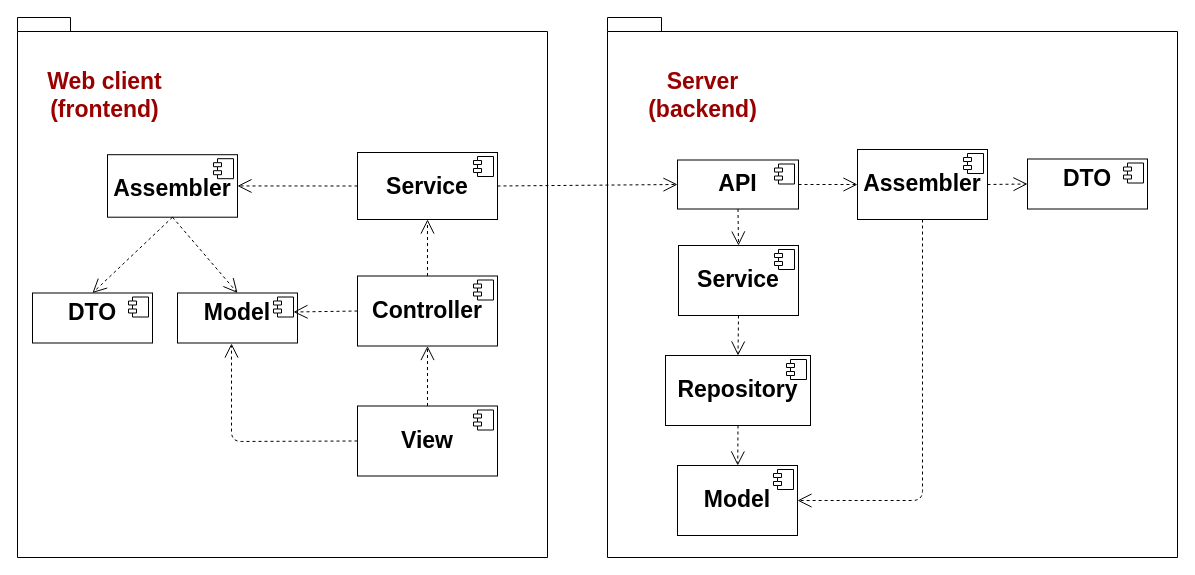
The draw.io diagram szervezor_architecture.drawio in tbkincso/SoftEng, before the edit. Source tidied: cells renumbered, new cells numbered last; positions are measured from the earlier drawing's top-left corner, leaving out a move shared by most shapes. Both pictures are drawn from the tidied source at 100%, with x=0, y=0 at pixel (17, 17).
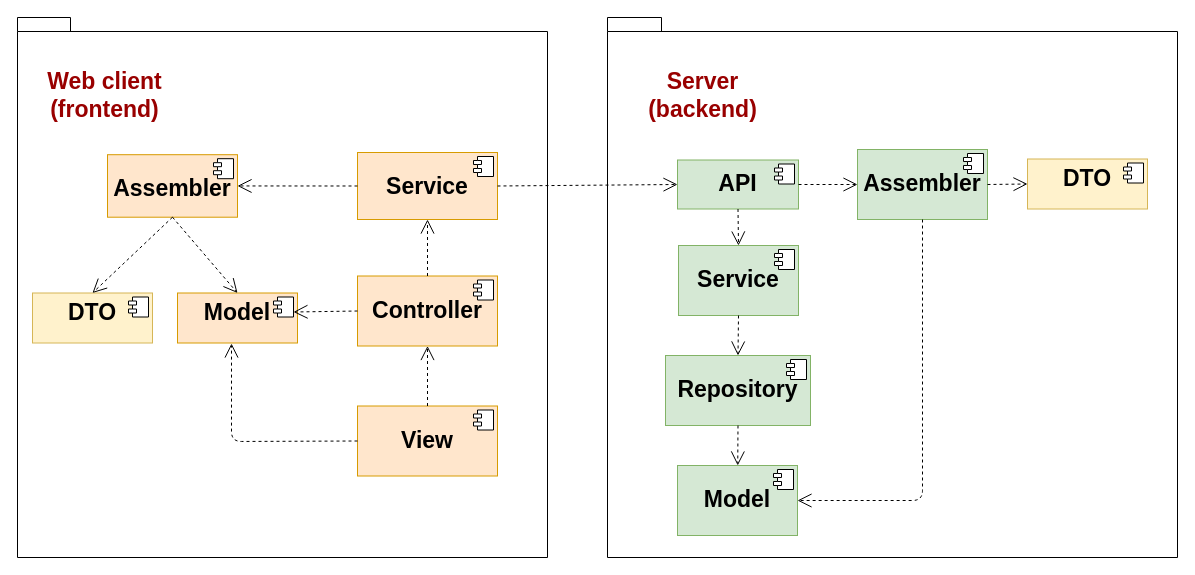
Above is the later version.

Diff of the diagram source:
```diff
@@
-    <mxCell id="6" value="&lt;p style=&quot;margin: 0px ; margin-top: 6px ; text-align: center&quot;&gt;&lt;b&gt;&lt;font style=&quot;font-size: 23px ; line-height: 250%&quot;&gt;Service&lt;/font&gt;&lt;/b&gt;&lt;/p&gt;" style="align=left;overflow=fill;html=1;fontSize=14;" parent="1" vertex="1">
+    <mxCell id="6" value="&lt;p style=&quot;margin: 0px ; margin-top: 6px ; text-align: center&quot;&gt;&lt;b&gt;&lt;font style=&quot;font-size: 23px ; line-height: 250%&quot;&gt;Service&lt;/font&gt;&lt;/b&gt;&lt;/p&gt;" style="align=left;overflow=fill;html=1;fontSize=14;fillColor=#ffe6cc;strokeColor=#d79b00;" parent="1" vertex="1">
       <mxGeometry x="340" y="135" width="140" height="67" as="geometry" />
     </mxCell>
@@
-    <mxCell id="8" value="&lt;p style=&quot;margin: 0px ; margin-top: 6px ; text-align: center&quot;&gt;&lt;b style=&quot;line-height: 250%&quot;&gt;&lt;font style=&quot;font-size: 23px ; line-height: 250%&quot;&gt;Controller&lt;/font&gt;&lt;/b&gt;&lt;/p&gt;" style="align=left;overflow=fill;html=1;fontSize=14;" parent="1" vertex="1">
+    <mxCell id="8" value="&lt;p style=&quot;margin: 0px ; margin-top: 6px ; text-align: center&quot;&gt;&lt;b style=&quot;line-height: 250%&quot;&gt;&lt;font style=&quot;font-size: 23px ; line-height: 250%&quot;&gt;Controller&lt;/font&gt;&lt;/b&gt;&lt;/p&gt;" style="align=left;overflow=fill;html=1;fontSize=14;fillColor=#ffe6cc;strokeColor=#d79b00;" parent="1" vertex="1">
       <mxGeometry x="340" y="258.5" width="140" height="70" as="geometry" />
     </mxCell>
@@
-    <mxCell id="10" value="&lt;p style=&quot;margin: 0px ; margin-top: 6px ; text-align: center&quot;&gt;&lt;b&gt;&lt;font style=&quot;font-size: 23px ; line-height: 250%&quot;&gt;View&lt;/font&gt;&lt;/b&gt;&lt;/p&gt;" style="align=left;overflow=fill;html=1;fontSize=14;" parent="1" vertex="1">
+    <mxCell id="10" value="&lt;p style=&quot;margin: 0px ; margin-top: 6px ; text-align: center&quot;&gt;&lt;b&gt;&lt;font style=&quot;font-size: 23px ; line-height: 250%&quot;&gt;View&lt;/font&gt;&lt;/b&gt;&lt;/p&gt;" style="align=left;overflow=fill;html=1;fontSize=14;fillColor=#ffe6cc;strokeColor=#d79b00;" parent="1" vertex="1">
       <mxGeometry x="340" y="388.5" width="140" height="70" as="geometry" />
     </mxCell>
@@
-    <mxCell id="14" value="&lt;p style=&quot;text-align: center ; margin: 6px 0px 0px ; font-size: 23px&quot;&gt;&lt;b&gt;&lt;font style=&quot;font-size: 23px ; line-height: 250%&quot;&gt;Model&lt;/font&gt;&lt;/b&gt;&lt;/p&gt;&lt;p style=&quot;text-align: center ; margin: 6px 0px 0px ; font-size: 23px&quot;&gt;&lt;b&gt;&lt;br&gt;&lt;/b&gt;&lt;/p&gt;" style="align=left;overflow=fill;html=1;fontSize=15;" parent="1" vertex="1">
+    <mxCell id="14" value="&lt;p style=&quot;text-align: center ; margin: 6px 0px 0px ; font-size: 23px&quot;&gt;&lt;b&gt;&lt;font style=&quot;font-size: 23px ; line-height: 250%&quot;&gt;Model&lt;/font&gt;&lt;/b&gt;&lt;/p&gt;&lt;p style=&quot;text-align: center ; margin: 6px 0px 0px ; font-size: 23px&quot;&gt;&lt;b&gt;&lt;br&gt;&lt;/b&gt;&lt;/p&gt;" style="align=left;overflow=fill;html=1;fontSize=15;fillColor=#d5e8d4;strokeColor=#82b366;" parent="1" vertex="1">
       <mxGeometry x="660" y="448" width="120" height="70" as="geometry" />
     </mxCell>
@@
-    <mxCell id="16" value="&lt;p style=&quot;margin: 0px ; margin-top: 6px ; text-align: center&quot;&gt;&lt;b&gt;&lt;font style=&quot;line-height: 250% ; font-size: 23px&quot;&gt;Repository&lt;/font&gt;&lt;/b&gt;&lt;/p&gt;" style="align=left;overflow=fill;html=1;fontSize=14;" parent="1" vertex="1">
+    <mxCell id="16" value="&lt;p style=&quot;margin: 0px ; margin-top: 6px ; text-align: center&quot;&gt;&lt;b&gt;&lt;font style=&quot;line-height: 250% ; font-size: 23px&quot;&gt;Repository&lt;/font&gt;&lt;/b&gt;&lt;/p&gt;" style="align=left;overflow=fill;html=1;fontSize=14;fillColor=#d5e8d4;strokeColor=#82b366;" parent="1" vertex="1">
       <mxGeometry x="648" y="338" width="145" height="70" as="geometry" />
     </mxCell>
@@
-    <mxCell id="19" value="&lt;p style=&quot;margin: 0px ; margin-top: 6px ; text-align: center&quot;&gt;&lt;b&gt;&lt;font style=&quot;line-height: 250% ; font-size: 23px&quot;&gt;Service&lt;/font&gt;&lt;/b&gt;&lt;/p&gt;" style="align=left;overflow=fill;html=1;fontSize=14;" parent="1" vertex="1">
+    <mxCell id="19" value="&lt;p style=&quot;margin: 0px ; margin-top: 6px ; text-align: center&quot;&gt;&lt;b&gt;&lt;font style=&quot;line-height: 250% ; font-size: 23px&quot;&gt;Service&lt;/font&gt;&lt;/b&gt;&lt;/p&gt;" style="align=left;overflow=fill;html=1;fontSize=14;fillColor=#d5e8d4;strokeColor=#82b366;" parent="1" vertex="1">
       <mxGeometry x="661" y="228" width="120" height="70" as="geometry" />
     </mxCell>
@@
-    <mxCell id="22" value="&lt;p style=&quot;margin: 0px ; margin-top: 6px ; text-align: center&quot;&gt;&lt;b style=&quot;line-height: 250%&quot;&gt;&lt;font style=&quot;font-size: 23px&quot;&gt;API&lt;/font&gt;&lt;/b&gt;&lt;/p&gt;" style="align=left;overflow=fill;html=1;fontSize=14;" parent="1" vertex="1">
+    <mxCell id="22" value="&lt;p style=&quot;margin: 0px ; margin-top: 6px ; text-align: center&quot;&gt;&lt;b style=&quot;line-height: 250%&quot;&gt;&lt;font style=&quot;font-size: 23px&quot;&gt;API&lt;/font&gt;&lt;/b&gt;&lt;/p&gt;" style="align=left;overflow=fill;html=1;fontSize=14;fillColor=#d5e8d4;strokeColor=#82b366;" parent="1" vertex="1">
       <mxGeometry x="660" y="142.5" width="121" height="49" as="geometry" />
     </mxCell>
@@
-    <mxCell id="25" value="&lt;p style=&quot;margin: 0px ; margin-top: 6px ; text-align: center&quot;&gt;&lt;b&gt;&lt;font style=&quot;line-height: 250% ; font-size: 23px&quot;&gt;Assembler&lt;/font&gt;&lt;/b&gt;&lt;/p&gt;" style="align=left;overflow=fill;html=1;fontSize=14;" parent="1" vertex="1">
+    <mxCell id="25" value="&lt;p style=&quot;margin: 0px ; margin-top: 6px ; text-align: center&quot;&gt;&lt;b&gt;&lt;font style=&quot;line-height: 250% ; font-size: 23px&quot;&gt;Assembler&lt;/font&gt;&lt;/b&gt;&lt;/p&gt;" style="align=left;overflow=fill;html=1;fontSize=14;fillColor=#d5e8d4;strokeColor=#82b366;" parent="1" vertex="1">
       <mxGeometry x="840" y="132" width="130" height="70" as="geometry" />
     </mxCell>
@@
-    <mxCell id="28" value="&lt;p style=&quot;text-align: center ; margin: 6px 0px 0px ; font-size: 23px&quot;&gt;&lt;b&gt;DTO&lt;/b&gt;&lt;/p&gt;" style="align=left;overflow=fill;html=1;fontSize=15;" parent="1" vertex="1">
+    <mxCell id="28" value="&lt;p style=&quot;text-align: center ; margin: 6px 0px 0px ; font-size: 23px&quot;&gt;&lt;b&gt;DTO&lt;/b&gt;&lt;/p&gt;" style="align=left;overflow=fill;html=1;fontSize=15;fillColor=#fff2cc;strokeColor=#d6b656;" parent="1" vertex="1">
       <mxGeometry x="1010" y="141.5" width="120" height="50" as="geometry" />
     </mxCell>
@@
-    <mxCell id="32" value="&lt;p style=&quot;text-align: center ; margin: 6px 0px 0px ; font-size: 23px&quot;&gt;&lt;b&gt;DTO&lt;/b&gt;&lt;/p&gt;" style="align=left;overflow=fill;html=1;fontSize=15;" parent="1" vertex="1">
+    <mxCell id="32" value="&lt;p style=&quot;text-align: center ; margin: 6px 0px 0px ; font-size: 23px&quot;&gt;&lt;b&gt;DTO&lt;/b&gt;&lt;/p&gt;" style="align=left;overflow=fill;html=1;fontSize=15;fillColor=#fff2cc;strokeColor=#d6b656;" parent="1" vertex="1">
       <mxGeometry x="15" y="275.5" width="120" height="50" as="geometry" />
     </mxCell>
@@
-    <mxCell id="34" value="&lt;p style=&quot;margin: 0px ; margin-top: 6px ; text-align: center&quot;&gt;&lt;b&gt;&lt;font style=&quot;line-height: 250% ; font-size: 23px&quot;&gt;Assembler&lt;/font&gt;&lt;/b&gt;&lt;/p&gt;" style="align=left;overflow=fill;html=1;fontSize=14;" parent="1" vertex="1">
+    <mxCell id="34" value="&lt;p style=&quot;margin: 0px ; margin-top: 6px ; text-align: center&quot;&gt;&lt;b&gt;&lt;font style=&quot;line-height: 250% ; font-size: 23px&quot;&gt;Assembler&lt;/font&gt;&lt;/b&gt;&lt;/p&gt;" style="align=left;overflow=fill;html=1;fontSize=14;fillColor=#ffe6cc;strokeColor=#d79b00;" parent="1" vertex="1">
       <mxGeometry x="90" y="137.2" width="130" height="62.5" as="geometry" />
     </mxCell>
@@
-    <mxCell id="36" value="&lt;p style=&quot;text-align: center ; margin: 6px 0px 0px ; font-size: 23px&quot;&gt;&lt;b&gt;Model&lt;/b&gt;&lt;/p&gt;" style="align=left;overflow=fill;html=1;fontSize=15;" parent="1" vertex="1">
+    <mxCell id="36" value="&lt;p style=&quot;text-align: center ; margin: 6px 0px 0px ; font-size: 23px&quot;&gt;&lt;b&gt;Model&lt;/b&gt;&lt;/p&gt;" style="align=left;overflow=fill;html=1;fontSize=15;fillColor=#ffe6cc;strokeColor=#d79b00;" parent="1" vertex="1">
       <mxGeometry x="160" y="275.5" width="120" height="50" as="geometry" />
     </mxCell>
```
